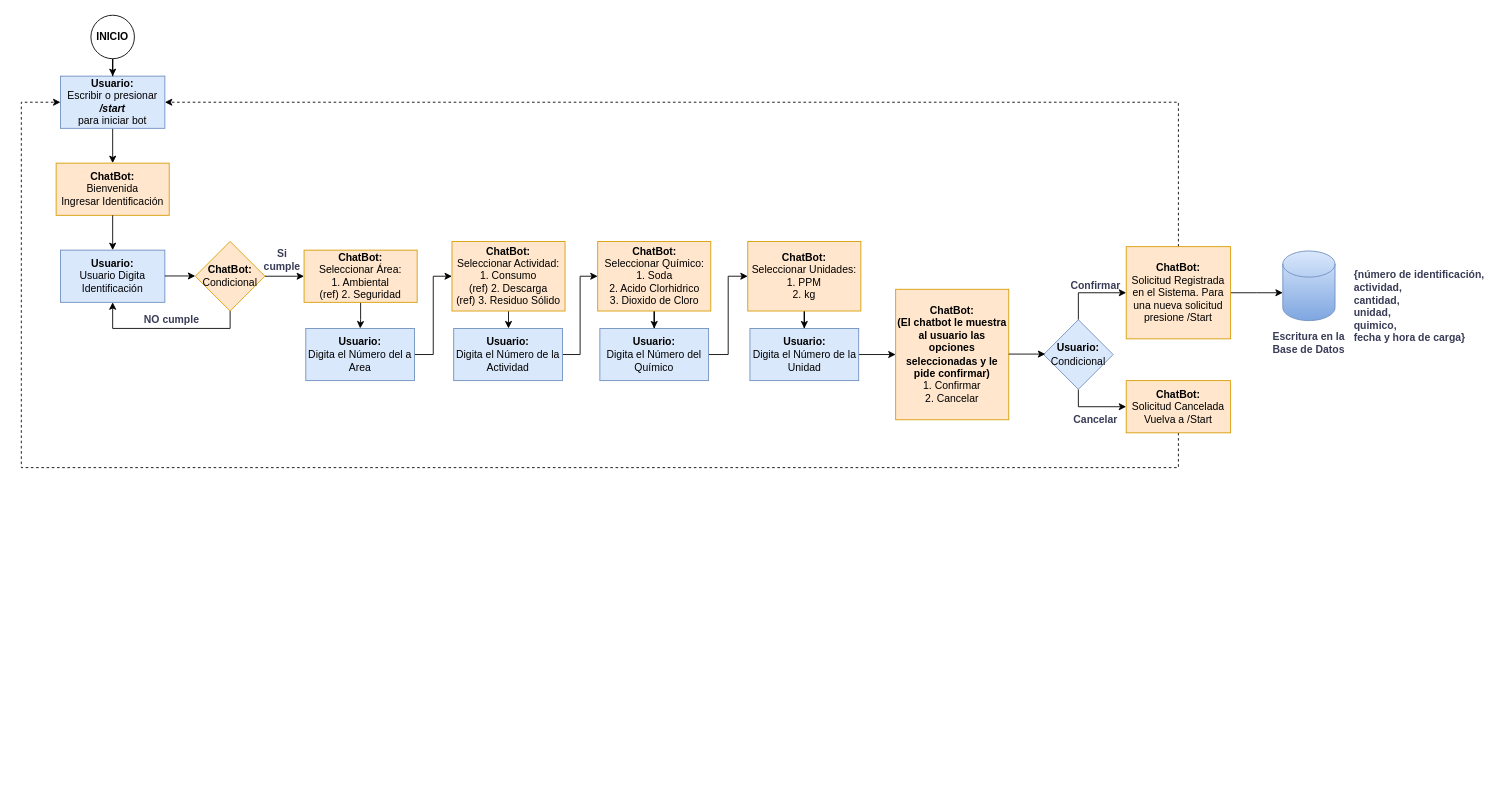
Jacc1996/Jacc1996 keeps this draw.io diagram as Untitled Diagram.drawio. Above is the earlier version. Source tidied: cells renumbered, new cells numbered last; positions are measured from the earlier drawing's top-left corner, leaving out a move shared by most shapes. Both pictures are drawn from the tidied source at 87%, with x=0, y=0 at pixel (21, 15).
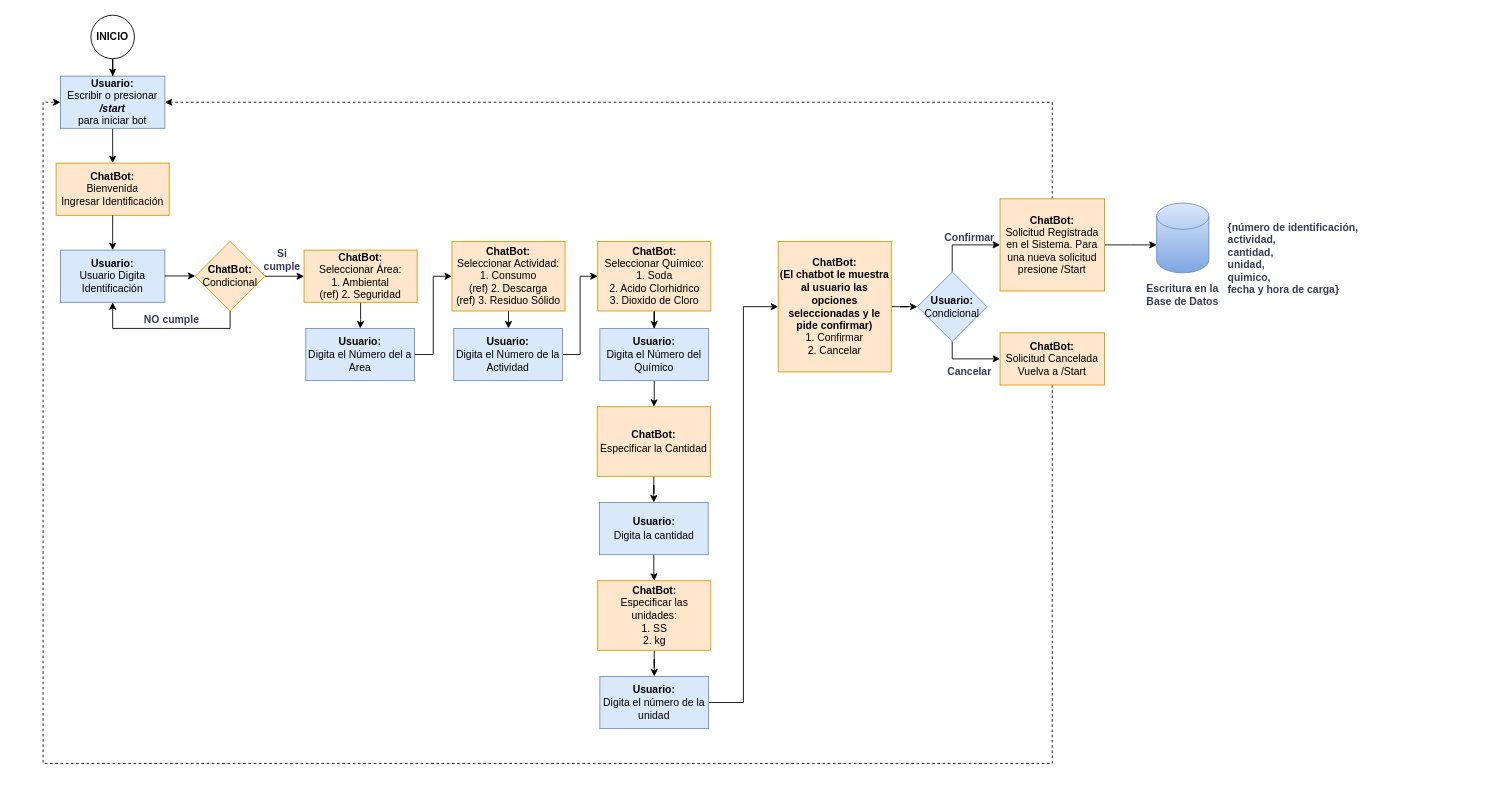
The same diagram, later.

Unchanged cells that the change refers to:
```xml
<mxCell id="3" value="&lt;div&gt;&lt;b&gt;Usuario:&lt;/b&gt;&lt;br&gt;&lt;/div&gt;&lt;div&gt;Escribir o presionar&lt;/div&gt;&lt;div&gt;&lt;b&gt;&lt;i&gt;/start&lt;/i&gt;&lt;/b&gt;&lt;/div&gt;&lt;div&gt;para iniciar bot&lt;br&gt;&lt;/div&gt;" style="rounded=0;whiteSpace=wrap;html=1;strokeColor=#6c8ebf;fillColor=#dae8fc;" parent="1" vertex="1">
  <mxGeometry x="45" y="70" width="120" height="60" as="geometry" />
</mxCell>
<mxCell id="24" value="&lt;div&gt;&lt;b&gt;Usuario:&lt;/b&gt;&lt;br&gt;&lt;/div&gt;&lt;div&gt;Digita el Número del Químico&lt;br&gt;&lt;/div&gt;" style="rounded=0;whiteSpace=wrap;html=1;strokeColor=#6c8ebf;fillColor=#dae8fc;" parent="1" vertex="1">
  <mxGeometry x="665" y="360" width="125" height="60" as="geometry" />
</mxCell>
```

Change to the diagram source:
```diff
@@
-    <mxCell id="23" style="edgeStyle=orthogonalEdgeStyle;rounded=0;jettySize=auto;html=1;entryX=0;entryY=0.5;entryDx=0;entryDy=0;fontColor=#393C56;" parent="1" edge="1" source="24" target="26">
+    <mxCell id="23" style="edgeStyle=orthogonalEdgeStyle;rounded=0;jettySize=auto;html=1;fontColor=#393C56;" parent="1" edge="1" source="24" target="26">
       <mxGeometry relative="1" as="geometry" />
     </mxCell>
@@
-    <mxCell id="26" value="&lt;div&gt;&lt;b&gt;ChatBot:&lt;/b&gt;&lt;/div&gt;&lt;div&gt;Seleccionar Unidades:&lt;/div&gt;&lt;div&gt;1. PPM&lt;/div&gt;&lt;div&gt;2. kg&lt;/div&gt;" style="rounded=0;whiteSpace=wrap;html=1;strokeColor=#d79b00;fillColor=#ffe6cc;" parent="1" vertex="1">
-      <mxGeometry x="835" y="260" width="130" height="80" as="geometry" />
-    </mxCell>
-    <mxCell id="27" style="edgeStyle=orthogonalEdgeStyle;rounded=0;jettySize=auto;html=1;entryX=0;entryY=0.5;entryDx=0;entryDy=0;fontColor=#393C56;" parent="1" edge="1" source="28" target="29">
+    <mxCell id="27" style="edgeStyle=orthogonalEdgeStyle;rounded=0;jettySize=auto;html=1;entryX=0;entryY=0.5;entryDx=0;entryDy=0;fontColor=#393C56;exitX=1;exitY=0.5;exitDx=0;exitDy=0;" parent="1" edge="1" source="50" target="29">
       <mxGeometry relative="1" as="geometry" />
     </mxCell>
+    <mxCell id="46" style="edgeStyle=orthogonalEdgeStyle;rounded=0;jettySize=auto;html=1;fontColor=#393C56;" parent="1" edge="1" source="28" target="49">
+      <mxGeometry relative="1" as="geometry" />
+    </mxCell>
-    <mxCell id="28" value="&lt;div&gt;&lt;b&gt;Usuario:&lt;/b&gt;&lt;br&gt;&lt;/div&gt;&lt;div&gt;Digita el Número de la Unidad&lt;br&gt;&lt;/div&gt;" style="rounded=0;whiteSpace=wrap;html=1;strokeColor=#6c8ebf;fillColor=#dae8fc;" parent="1" vertex="1">
-      <mxGeometry x="837.5" y="360" width="125" height="60" as="geometry" />
+    <mxCell id="28" value="&lt;div&gt;&lt;b&gt;Usuario:&lt;/b&gt;&lt;br&gt;&lt;/div&gt;&lt;div&gt;Digita la cantidad&lt;br&gt;&lt;/div&gt;" style="rounded=0;whiteSpace=wrap;html=1;strokeColor=#6c8ebf;fillColor=#dae8fc;" parent="1" vertex="1">
+      <mxGeometry x="664.5" y="560" width="125" height="60" as="geometry" />
     </mxCell>
+    <mxCell id="47" style="edgeStyle=orthogonalEdgeStyle;rounded=0;jettySize=auto;html=1;entryX=0;entryY=0.5;entryDx=0;entryDy=0;fontColor=#393C56;" parent="1" edge="1" source="29" target="32">
+      <mxGeometry relative="1" as="geometry" />
+    </mxCell>
     <mxCell id="29" value="&lt;div&gt;&lt;b&gt;ChatBot:&lt;/b&gt;&lt;/div&gt;&lt;div&gt;&lt;b&gt;(El chatbot le muestra al usuario las opciones seleccionadas y le pide confirmar)&lt;br&gt;&lt;/b&gt;&lt;/div&gt;&lt;div&gt;1. Confirmar&lt;/div&gt;&lt;div&gt;2. Cancelar&lt;/div&gt;" style="rounded=0;whiteSpace=wrap;html=1;strokeColor=#d79b00;fillColor=#ffe6cc;" parent="1" vertex="1">
-      <mxGeometry x="1005" y="315" width="130" height="150" as="geometry" />
+      <mxGeometry x="870" y="260" width="130" height="150" as="geometry" />
     </mxCell>
@@
     <mxCell id="32" value="&lt;div&gt;&lt;b&gt;Usuario:&lt;/b&gt;&lt;br&gt;&lt;/div&gt;&lt;div&gt;Condicional&lt;/div&gt;" style="rhombus;whiteSpace=wrap;html=1;strokeColor=#6c8ebf;fillColor=#dae8fc;" parent="1" vertex="1">
-      <mxGeometry x="1175" y="350" width="80" height="80" as="geometry" />
+      <mxGeometry x="1030" y="295" width="80" height="80" as="geometry" />
     </mxCell>
     <mxCell id="33" style="edgeStyle=orthogonalEdgeStyle;rounded=0;orthogonalLoop=1;jettySize=auto;html=1;entryX=0;entryY=0.5;entryDx=0;entryDy=0;fontColor=#393C56;" parent="1" edge="1">
       <mxGeometry relative="1" as="geometry">
-        <mxPoint x="1135" y="389.5" as="sourcePoint" />
-        <mxPoint x="1177" y="389.5" as="targetPoint" />
+        <mxPoint x="1135" y="394.5" as="sourcePoint" />
+        <mxPoint x="1177" y="394.5" as="targetPoint" />
       </mxGeometry>
     </mxCell>
@@
     <mxCell id="37" style="edgeStyle=orthogonalEdgeStyle;rounded=0;jettySize=auto;html=1;fontColor=#393C56;" parent="1" edge="1" source="38">
       <mxGeometry relative="1" as="geometry">
-        <mxPoint x="1450" y="319" as="targetPoint" />
+        <mxPoint x="1305" y="264" as="targetPoint" />
       </mxGeometry>
     </mxCell>
     <mxCell id="38" value="&lt;div&gt;&lt;b&gt;ChatBot:&lt;/b&gt;&lt;br&gt;&lt;/div&gt;&lt;div&gt;Solicitud Registrada en el Sistema. Para una nueva solicitud presione /Start&lt;/div&gt;" style="rounded=0;whiteSpace=wrap;html=1;strokeColor=#d79b00;fillColor=#ffe6cc;" parent="1" vertex="1">
-      <mxGeometry x="1270" y="266" width="120" height="106" as="geometry" />
+      <mxGeometry x="1125" y="211" width="120" height="106" as="geometry" />
     </mxCell>
     <mxCell id="39" style="edgeStyle=orthogonalEdgeStyle;rounded=0;jettySize=auto;html=1;entryX=0;entryY=0.5;entryDx=0;entryDy=0;fontColor=#393C56;dashed=1;" parent="1" edge="1" source="40" target="3">
       <mxGeometry relative="1" as="geometry">
         <Array as="points">
-          <mxPoint x="1330" y="520" />
-          <mxPoint y="520" />
-          <mxPoint y="100" />
+          <mxPoint x="1185" y="860" />
+          <mxPoint x="25" y="860" />
+          <mxPoint x="25" y="100" />
         </Array>
       </mxGeometry>
     </mxCell>
     <mxCell id="40" value="&lt;div&gt;&lt;b&gt;ChatBot:&lt;/b&gt;&lt;br&gt;&lt;/div&gt;&lt;div&gt;Solicitud Cancelada&lt;/div&gt;&lt;div&gt;Vuelva a /Start&lt;br&gt;&lt;/div&gt;" style="rounded=0;whiteSpace=wrap;html=1;strokeColor=#d79b00;fillColor=#ffe6cc;" parent="1" vertex="1">
-      <mxGeometry x="1270" y="420" width="120" height="60" as="geometry" />
+      <mxGeometry x="1125" y="365" width="120" height="60" as="geometry" />
     </mxCell>
     <mxCell id="41" value="&lt;b&gt;Confirmar&lt;/b&gt;" style="text;strokeColor=none;align=center;fillColor=none;html=1;verticalAlign=middle;whiteSpace=wrap;rounded=0;fontColor=#393C56;" parent="1" vertex="1">
-      <mxGeometry x="1215" y="296" width="40" height="30" as="geometry" />
+      <mxGeometry x="1070" y="241" width="40" height="30" as="geometry" />
     </mxCell>
     <mxCell id="42" value="&lt;b&gt;Cancelar&lt;/b&gt;" style="text;strokeColor=none;align=center;fillColor=none;html=1;verticalAlign=middle;whiteSpace=wrap;rounded=0;fontColor=#393C56;" parent="1" vertex="1">
-      <mxGeometry x="1215" y="450" width="40" height="30" as="geometry" />
+      <mxGeometry x="1070" y="395" width="40" height="30" as="geometry" />
     </mxCell>
     <mxCell id="43" style="shape=cylinder3;whiteSpace=wrap;html=1;boundedLbl=1;backgroundOutline=1;size=15;fillColor=#dae8fc;gradientColor=#7ea6e0;strokeColor=#6c8ebf;" parent="1" vertex="1">
-      <mxGeometry x="1450" y="271" width="60" height="80" as="geometry" />
+      <mxGeometry x="1305" y="216" width="60" height="80" as="geometry" />
     </mxCell>
     <mxCell id="44" value="&lt;b&gt;Escritura en la Base de Datos&lt;/b&gt;" style="text;strokeColor=none;align=center;fillColor=none;html=1;verticalAlign=middle;whiteSpace=wrap;rounded=0;fontColor=#393C56;" parent="1" vertex="1">
-      <mxGeometry x="1435" y="350" width="90" height="54" as="geometry" />
+      <mxGeometry x="1290" y="295" width="90" height="54" as="geometry" />
     </mxCell>
     <mxCell id="45" value="&lt;div&gt;{número de identificación,&lt;/div&gt;&lt;div&gt;actividad,&lt;/div&gt;&lt;div&gt;cantidad,&lt;/div&gt;&lt;div&gt;unidad,&lt;/div&gt;&lt;div&gt;quimico,&lt;/div&gt;&lt;div&gt;fecha y hora de carga}&lt;br&gt;&lt;/div&gt;&lt;div&gt;&lt;br&gt;&lt;/div&gt;&lt;div&gt;&lt;br&gt;&lt;/div&gt;" style="text;html=1;align=left;verticalAlign=middle;whiteSpace=wrap;rounded=0;fontColor=#393C56;fontStyle=1;" parent="1" vertex="1">
-      <mxGeometry x="1530" y="315" width="160" height="67.5" as="geometry" />
+      <mxGeometry x="1385" y="260" width="160" height="67.5" as="geometry" />
     </mxCell>
+    <mxCell id="26" value="&lt;div&gt;&lt;b&gt;ChatBot:&lt;/b&gt;&lt;/div&gt;Especificar la Cantidad" style="rounded=0;whiteSpace=wrap;html=1;strokeColor=#d79b00;fillColor=#ffe6cc;" parent="1" vertex="1">
+      <mxGeometry x="662" y="450" width="130" height="80" as="geometry" />
+    </mxCell>
+    <mxCell id="48" style="edgeStyle=orthogonalEdgeStyle;rounded=0;jettySize=auto;html=1;fontColor=#393C56;" parent="1" edge="1" source="49" target="50">
+      <mxGeometry relative="1" as="geometry" />
+    </mxCell>
+    <mxCell id="49" value="&lt;div&gt;&lt;b&gt;ChatBot:&lt;/b&gt;&lt;/div&gt;&lt;div&gt;Especificar las unidades:&lt;/div&gt;&lt;div&gt;1. SS&lt;/div&gt;&lt;div&gt;2. kg&lt;br&gt;&lt;/div&gt;" style="rounded=0;whiteSpace=wrap;html=1;strokeColor=#d79b00;fillColor=#ffe6cc;" parent="1" vertex="1">
+      <mxGeometry x="662.5" y="650" width="130" height="80" as="geometry" />
+    </mxCell>
+    <mxCell id="50" value="&lt;div&gt;&lt;b&gt;Usuario:&lt;/b&gt;&lt;br&gt;&lt;/div&gt;&lt;div&gt;Digita el número de la unidad&lt;br&gt;&lt;/div&gt;" style="rounded=0;whiteSpace=wrap;html=1;strokeColor=#6c8ebf;fillColor=#dae8fc;" parent="1" vertex="1">
+      <mxGeometry x="665" y="760" width="125" height="60" as="geometry" />
+    </mxCell>
```
